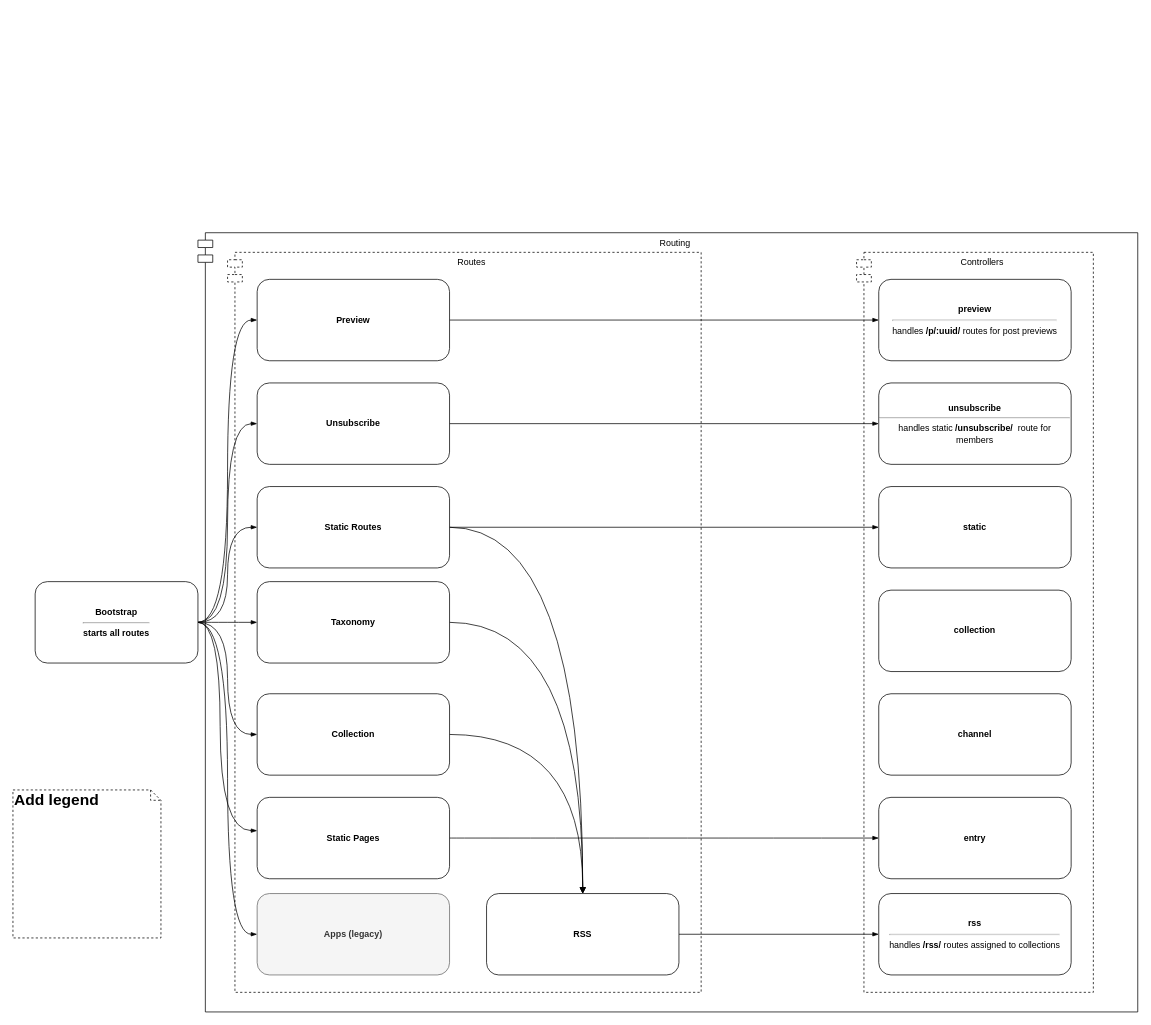
TryGhost/architecture-diagrams keeps this draw.io diagram as page "Frontend.Routing" (4 of 7) of ghost.drawio. Above is the earlier version. Source tidied: cells renumbered, new cells numbered last; positions are measured from the earlier drawing's top-left corner, leaving out a move shared by most shapes. Both pictures are drawn from the tidied source at 74%, with x=0, y=0 at pixel (13, 232).
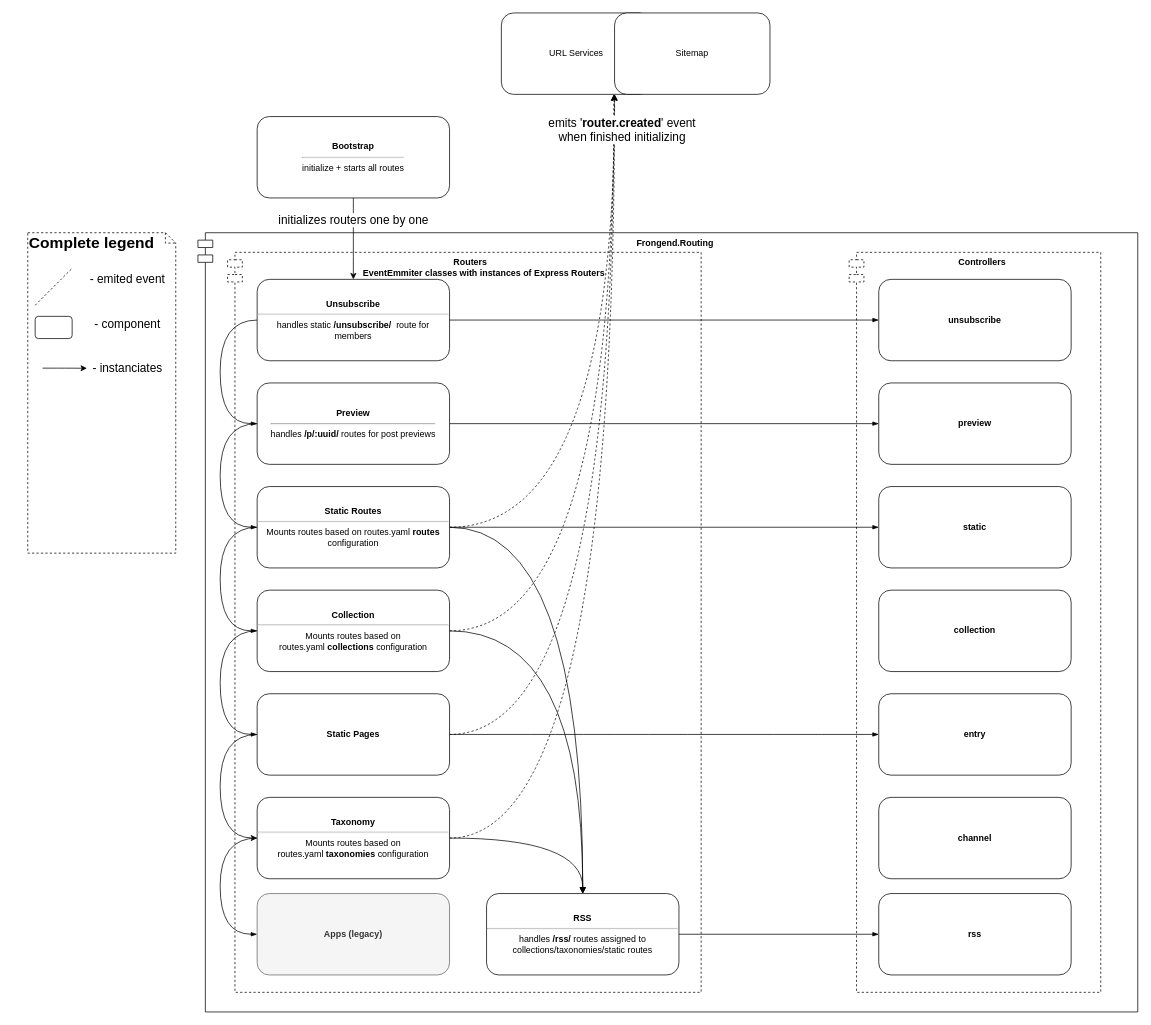
After the change.

The change refers to these unchanged cells:
```xml
<mxCell id="36" value="Apps (legacy)" style="rounded=1;whiteSpace=wrap;html=1;fontStyle=1;fillColor=#f5f5f5;strokeColor=#666666;fontColor=#333333;" parent="1" vertex="1">
  <mxGeometry x="330" y="893" width="260" height="110" as="geometry" />
</mxCell>
```

What changed in the source:
```diff
@@
-    <mxCell id="2" value="Routing" style="shape=module;align=left;spacingLeft=20;align=center;verticalAlign=top;" parent="1" vertex="1">
+    <mxCell id="2" value="Frongend.Routing" style="shape=module;align=left;spacingLeft=20;align=center;verticalAlign=top;fontStyle=1;" parent="1" vertex="1">
       <mxGeometry x="250" width="1270" height="1053" as="geometry" />
     </mxCell>
-    <mxCell id="3" value="Controllers" style="shape=module;align=left;spacingLeft=20;align=center;verticalAlign=top;dashed=1;" parent="1" vertex="1">
-      <mxGeometry x="1140" y="26.5" width="320" height="1000" as="geometry" />
+    <mxCell id="3" value="Controllers" style="shape=module;align=left;spacingLeft=20;align=center;verticalAlign=top;dashed=1;fontStyle=1;" parent="1" vertex="1">
+      <mxGeometry x="1130" y="26.5" width="340" height="1000" as="geometry" />
     </mxCell>
     <mxCell id="4" value="channel" style="rounded=1;whiteSpace=wrap;html=1;fontStyle=1;" parent="1" vertex="1">
-      <mxGeometry x="1170" y="623" width="260" height="110" as="geometry" />
+      <mxGeometry x="1170" y="763" width="260" height="110" as="geometry" />
     </mxCell>
@@
     <mxCell id="6" value="entry" style="rounded=1;whiteSpace=wrap;html=1;fontStyle=1;" parent="1" vertex="1">
-      <mxGeometry x="1170" y="763" width="260" height="110" as="geometry" />
+      <mxGeometry x="1170" y="623" width="260" height="110" as="geometry" />
     </mxCell>
-    <mxCell id="7" value="preview&lt;br&gt;&lt;hr&gt;&lt;span style=&quot;font-weight: normal&quot;&gt;handles &lt;/span&gt;/p/:uuid/&lt;span style=&quot;font-weight: normal&quot;&gt; routes for post previews&lt;/span&gt;" style="rounded=1;whiteSpace=wrap;html=1;fontStyle=1;" parent="1" vertex="1">
-      <mxGeometry x="1170" y="63" width="260" height="110" as="geometry" />
+    <mxCell id="7" value="preview" style="rounded=1;whiteSpace=wrap;html=1;fontStyle=1;" parent="1" vertex="1">
+      <mxGeometry x="1170" y="203" width="260" height="110" as="geometry" />
     </mxCell>
@@
-    <mxCell id="9" value="rss&lt;br&gt;&lt;hr&gt;&lt;span style=&quot;font-weight: normal&quot;&gt;handles &lt;/span&gt;/rss/&lt;span style=&quot;font-weight: normal&quot;&gt; routes assigned to collections&lt;br&gt;&lt;/span&gt;" style="rounded=1;whiteSpace=wrap;html=1;fontStyle=1;" parent="1" vertex="1">
+    <mxCell id="9" value="rss&lt;span style=&quot;font-weight: normal&quot;&gt;&lt;br&gt;&lt;/span&gt;" style="rounded=1;whiteSpace=wrap;html=1;fontStyle=1;" parent="1" vertex="1">
       <mxGeometry x="1170" y="893" width="260" height="110" as="geometry" />
     </mxCell>
-    <mxCell id="10" value="unsubscribe&lt;br&gt;&lt;hr&gt;&lt;span style=&quot;font-weight: normal&quot;&gt;handles static&amp;nbsp;&lt;/span&gt;/unsubscribe/&lt;span style=&quot;font-weight: normal&quot;&gt;&amp;nbsp; route for members&lt;/span&gt;" style="rounded=1;whiteSpace=wrap;html=1;fontStyle=1;" parent="1" vertex="1">
-      <mxGeometry x="1170" y="203" width="260" height="110" as="geometry" />
+    <mxCell id="10" value="unsubscribe" style="rounded=1;whiteSpace=wrap;html=1;fontStyle=1;" parent="1" vertex="1">
+      <mxGeometry x="1170" y="63" width="260" height="110" as="geometry" />
     </mxCell>
-    <mxCell id="11" value="Routes" style="shape=module;align=left;spacingLeft=20;align=center;verticalAlign=top;dashed=1;" parent="1" vertex="1">
+    <mxCell id="11" value="Routers &#10;          EventEmmiter classes with instances of Express Routers" style="shape=module;align=right;spacingLeft=20;align=center;verticalAlign=top;dashed=1;fontStyle=1;" parent="1" vertex="1">
       <mxGeometry x="290" y="26.5" width="640" height="1000" as="geometry" />
     </mxCell>
@@
+    <mxCell id="37" style="edgeStyle=orthogonalEdgeStyle;curved=1;rounded=0;jettySize=auto;html=1;entryX=0;entryY=0.5;entryDx=0;entryDy=0;exitX=0;exitY=0.5;exitDx=0;exitDy=0;" parent="1" edge="1" source="13" target="22">
+      <mxGeometry relative="1" as="geometry">
+        <Array as="points">
+          <mxPoint x="280" y="678" />
+          <mxPoint x="280" y="818" />
+        </Array>
+      </mxGeometry>
+    </mxCell>
+    <mxCell id="38" style="edgeStyle=orthogonalEdgeStyle;curved=1;rounded=0;jettySize=auto;html=1;dashed=1;entryX=0.75;entryY=1;entryDx=0;entryDy=0;" parent="1" edge="1" source="13" target="41">
+      <mxGeometry relative="1" as="geometry" />
+    </mxCell>
     <mxCell id="13" value="Static Pages" style="rounded=1;whiteSpace=wrap;html=1;fontStyle=1;" parent="1" vertex="1">
-      <mxGeometry x="330" y="763" width="260" height="110" as="geometry" />
+      <mxGeometry x="330" y="623" width="260" height="110" as="geometry" />
     </mxCell>
@@
+    <mxCell id="39" style="edgeStyle=orthogonalEdgeStyle;curved=1;rounded=0;jettySize=auto;html=1;entryX=0;entryY=1;entryDx=0;entryDy=0;dashed=1;" parent="1" edge="1" source="16" target="42">
+      <mxGeometry relative="1" as="geometry" />
+    </mxCell>
-    <mxCell id="16" value="Static Routes" style="rounded=1;whiteSpace=wrap;html=1;fontStyle=1;" parent="1" vertex="1">
+    <mxCell id="16" value="Static Routes&lt;br&gt;&lt;hr&gt;&lt;span style=&quot;font-weight: normal&quot;&gt;Mounts routes based on routes.yaml&amp;nbsp;&lt;/span&gt;routes &lt;span style=&quot;font-weight: normal&quot;&gt;configuration&lt;/span&gt;" style="rounded=1;whiteSpace=wrap;html=1;fontStyle=1;" parent="1" vertex="1">
       <mxGeometry x="330" y="343" width="260" height="110" as="geometry" />
     </mxCell>
@@
-    <mxCell id="18" value="Preview" style="rounded=1;whiteSpace=wrap;html=1;fontStyle=1;" parent="1" vertex="1">
-      <mxGeometry x="330" y="63" width="260" height="110" as="geometry" />
+    <mxCell id="18" value="Preview&lt;br class=&quot;Apple-interchange-newline&quot;&gt;&lt;hr&gt;&lt;span style=&quot;font-weight: normal&quot;&gt;handles&amp;nbsp;&lt;/span&gt;/p/:uuid/&lt;span style=&quot;font-weight: normal&quot;&gt;&amp;nbsp;routes for post previews&lt;/span&gt;" style="rounded=1;whiteSpace=wrap;html=1;fontStyle=1;" parent="1" vertex="1">
+      <mxGeometry x="330" y="203" width="260" height="110" as="geometry" />
     </mxCell>
@@
-    <mxCell id="20" value="RSS" style="rounded=1;whiteSpace=wrap;html=1;fontStyle=1;" parent="1" vertex="1">
+    <mxCell id="20" value="RSS&lt;br class=&quot;Apple-interchange-newline&quot;&gt;&lt;hr&gt;&lt;span style=&quot;font-weight: normal&quot;&gt;handles&amp;nbsp;&lt;/span&gt;/rss/&lt;span style=&quot;font-weight: normal&quot;&gt;&amp;nbsp;routes assigned to collections/taxonomies/static routes&lt;br&gt;&lt;/span&gt;" style="rounded=1;whiteSpace=wrap;html=1;fontStyle=1;" parent="1" vertex="1">
       <mxGeometry x="640" y="893" width="260" height="110" as="geometry" />
     </mxCell>
@@
+    <mxCell id="40" style="edgeStyle=orthogonalEdgeStyle;curved=1;rounded=0;jettySize=auto;html=1;dashed=1;entryX=0;entryY=1;entryDx=0;entryDy=0;" parent="1" edge="1" source="22" target="42">
+      <mxGeometry relative="1" as="geometry" />
+    </mxCell>
-    <mxCell id="22" value="Taxonomy" style="rounded=1;whiteSpace=wrap;html=1;fontStyle=1;" parent="1" vertex="1">
-      <mxGeometry x="330" y="471.5" width="260" height="110" as="geometry" />
+    <mxCell id="22" value="Taxonomy&lt;br class=&quot;Apple-interchange-newline&quot;&gt;&lt;hr&gt;&lt;span style=&quot;font-weight: normal&quot;&gt;Mounts routes based on routes.yaml&amp;nbsp;&lt;/span&gt;taxonomies&amp;nbsp;&lt;span style=&quot;font-weight: normal&quot;&gt;configuration&lt;/span&gt;" style="rounded=1;whiteSpace=wrap;html=1;fontStyle=1;" parent="1" vertex="1">
+      <mxGeometry x="330" y="763" width="260" height="110" as="geometry" />
     </mxCell>
@@
-    <mxCell id="25" value="Collection" style="rounded=1;whiteSpace=wrap;html=1;fontStyle=1;" parent="1" vertex="1">
-      <mxGeometry x="330" y="623" width="260" height="110" as="geometry" />
+    <mxCell id="25" value="Collection&lt;br class=&quot;Apple-interchange-newline&quot;&gt;&lt;hr&gt;&lt;span style=&quot;font-weight: normal&quot;&gt;Mounts routes based on routes.yaml&amp;nbsp;&lt;/span&gt;collections&amp;nbsp;&lt;span style=&quot;font-weight: normal&quot;&gt;configuration&lt;/span&gt;" style="rounded=1;whiteSpace=wrap;html=1;fontStyle=1;" parent="1" vertex="1">
+      <mxGeometry x="330" y="483" width="260" height="110" as="geometry" />
     </mxCell>
-    <mxCell id="26" value="&lt;b&gt;&lt;font style=&quot;font-size: 21px&quot;&gt;Add legend&lt;/font&gt;&lt;/b&gt;" style="shape=note;whiteSpace=wrap;html=1;size=14;verticalAlign=top;align=left;spacingTop=-6;dashed=1;" parent="1" vertex="1">
-      <mxGeometry y="753" width="200" height="200" as="geometry" />
+    <mxCell id="26" value="&lt;b&gt;&lt;font style=&quot;font-size: 21px&quot;&gt;Complete legend&lt;/font&gt;&lt;/b&gt;" style="shape=note;whiteSpace=wrap;html=1;size=14;verticalAlign=top;align=left;spacingTop=-6;dashed=1;" parent="1" vertex="1">
+      <mxGeometry x="20" width="200" height="433" as="geometry" />
     </mxCell>
-    <mxCell id="27" style="edgeStyle=orthogonalEdgeStyle;curved=1;rounded=0;jettySize=auto;html=1;entryX=0;entryY=0.5;entryDx=0;entryDy=0;endArrow=blockThin;endFill=1;strokeColor=#000000;" parent="1" edge="1" source="34" target="16">
-      <mxGeometry relative="1" as="geometry" />
+    <mxCell id="27" style="edgeStyle=orthogonalEdgeStyle;curved=1;rounded=0;jettySize=auto;html=1;entryX=0;entryY=0.5;entryDx=0;entryDy=0;endArrow=blockThin;endFill=1;strokeColor=#000000;exitX=0;exitY=0.5;exitDx=0;exitDy=0;" parent="1" edge="1" source="18" target="16">
+      <mxGeometry relative="1" as="geometry">
+        <Array as="points">
+          <mxPoint x="280" y="258" />
+          <mxPoint x="280" y="398" />
+        </Array>
+      </mxGeometry>
     </mxCell>
-    <mxCell id="28" style="edgeStyle=orthogonalEdgeStyle;curved=1;rounded=0;jettySize=auto;html=1;entryX=0;entryY=0.5;entryDx=0;entryDy=0;endArrow=blockThin;endFill=1;strokeColor=#000000;" parent="1" edge="1" source="34" target="22">
-      <mxGeometry relative="1" as="geometry" />
+    <mxCell id="28" style="edgeStyle=orthogonalEdgeStyle;curved=1;rounded=0;jettySize=auto;html=1;entryX=0;entryY=0.5;entryDx=0;entryDy=0;endArrow=blockThin;endFill=1;strokeColor=#000000;exitX=0;exitY=0.5;exitDx=0;exitDy=0;" parent="1" edge="1" source="25" target="13">
+      <mxGeometry relative="1" as="geometry">
+        <Array as="points">
+          <mxPoint x="280" y="538" />
+          <mxPoint x="280" y="678" />
+        </Array>
+      </mxGeometry>
     </mxCell>
-    <mxCell id="29" style="edgeStyle=orthogonalEdgeStyle;curved=1;rounded=0;jettySize=auto;html=1;entryX=0;entryY=0.5;entryDx=0;entryDy=0;endArrow=blockThin;endFill=1;strokeColor=#000000;" parent="1" edge="1" source="34" target="25">
-      <mxGeometry relative="1" as="geometry" />
+    <mxCell id="29" style="edgeStyle=orthogonalEdgeStyle;curved=1;rounded=0;jettySize=auto;html=1;entryX=0;entryY=0.5;entryDx=0;entryDy=0;endArrow=blockThin;endFill=1;strokeColor=#000000;exitX=0;exitY=0.5;exitDx=0;exitDy=0;" parent="1" edge="1" source="16" target="25">
+      <mxGeometry relative="1" as="geometry">
+        <Array as="points">
+          <mxPoint x="280" y="398" />
+          <mxPoint x="280" y="538" />
+        </Array>
+      </mxGeometry>
     </mxCell>
-    <mxCell id="30" style="edgeStyle=orthogonalEdgeStyle;curved=1;rounded=0;jettySize=auto;html=1;endArrow=blockThin;endFill=1;strokeColor=#000000;" parent="1" edge="1" source="34" target="13">
-      <mxGeometry relative="1" as="geometry">
-        <Array as="points">
-          <mxPoint x="280" y="526" />
-          <mxPoint x="280" y="808" />
-        </Array>
-      </mxGeometry>
-    </mxCell>
-    <mxCell id="31" style="edgeStyle=orthogonalEdgeStyle;curved=1;rounded=0;jettySize=auto;html=1;entryX=0;entryY=0.5;entryDx=0;entryDy=0;endArrow=blockThin;endFill=1;strokeColor=#000000;" parent="1" edge="1" source="34" target="18">
-      <mxGeometry relative="1" as="geometry" />
+    <mxCell id="31" style="edgeStyle=orthogonalEdgeStyle;curved=1;rounded=0;jettySize=auto;html=1;entryX=0;entryY=0.5;entryDx=0;entryDy=0;endArrow=blockThin;endFill=1;strokeColor=#000000;exitX=0;exitY=0.5;exitDx=0;exitDy=0;" parent="1" edge="1" source="35" target="18">
+      <mxGeometry relative="1" as="geometry">
+        <Array as="points">
+          <mxPoint x="280" y="118" />
+          <mxPoint x="280" y="258" />
+        </Array>
+      </mxGeometry>
     </mxCell>
+    <mxCell id="33" style="edgeStyle=orthogonalEdgeStyle;curved=1;rounded=0;jettySize=auto;html=1;entryX=0;entryY=0.5;entryDx=0;entryDy=0;endArrow=blockThin;endFill=1;strokeColor=#000000;exitX=0;exitY=0.5;exitDx=0;exitDy=0;" parent="1" edge="1" source="22" target="36">
+      <mxGeometry relative="1" as="geometry">
+        <Array as="points">
+          <mxPoint x="280" y="818" />
+          <mxPoint x="280" y="948" />
+        </Array>
+      </mxGeometry>
+    </mxCell>
-    <mxCell id="32" style="edgeStyle=orthogonalEdgeStyle;curved=1;rounded=0;jettySize=auto;html=1;entryX=0;entryY=0.5;entryDx=0;entryDy=0;endArrow=blockThin;endFill=1;strokeColor=#000000;" parent="1" edge="1" source="34" target="35">
-      <mxGeometry relative="1" as="geometry" />
+    <mxCell id="32" value="&lt;font style=&quot;font-size: 16px&quot;&gt;initializes routers one by one&lt;/font&gt;" style="edgeStyle=orthogonalEdgeStyle;curved=1;rounded=0;jettySize=auto;html=1;" parent="1" edge="1" source="34" target="35">
+      <mxGeometry x="-0.45" relative="1" as="geometry" />
     </mxCell>
-    <mxCell id="33" style="edgeStyle=orthogonalEdgeStyle;curved=1;rounded=0;jettySize=auto;html=1;entryX=0;entryY=0.5;entryDx=0;entryDy=0;endArrow=blockThin;endFill=1;strokeColor=#000000;" parent="1" edge="1" source="34" target="36">
-      <mxGeometry relative="1" as="geometry" />
-    </mxCell>
-    <mxCell id="34" value="Bootstrap&lt;br&gt;&lt;hr&gt;starts all routes" style="rounded=1;whiteSpace=wrap;html=1;fontStyle=1;" parent="1" vertex="1">
-      <mxGeometry x="30" y="471.5" width="220" height="110" as="geometry" />
+    <mxCell id="34" value="Bootstrap&lt;br&gt;&lt;hr&gt;&lt;span style=&quot;font-weight: normal&quot;&gt;initialize + starts all routes&lt;/span&gt;" style="rounded=1;whiteSpace=wrap;html=1;fontStyle=1;" parent="1" vertex="1">
+      <mxGeometry x="330" y="-157" width="260" height="110" as="geometry" />
     </mxCell>
-    <mxCell id="35" value="Unsubscribe" style="rounded=1;whiteSpace=wrap;html=1;fontStyle=1;" parent="1" vertex="1">
-      <mxGeometry x="330" y="203" width="260" height="110" as="geometry" />
+    <mxCell id="35" value="Unsubscribe&lt;br class=&quot;Apple-interchange-newline&quot;&gt;&lt;hr&gt;&lt;span style=&quot;font-weight: normal&quot;&gt;handles static&amp;nbsp;&lt;/span&gt;/unsubscribe/&lt;span style=&quot;font-weight: normal&quot;&gt;&amp;nbsp; route for members&lt;/span&gt;" style="rounded=1;whiteSpace=wrap;html=1;fontStyle=1;" parent="1" vertex="1">
+      <mxGeometry x="330" y="63" width="260" height="110" as="geometry" />
     </mxCell>
@@
+    <mxCell id="41" value="URL Services" style="rounded=1;whiteSpace=wrap;html=1;" parent="1" vertex="1">
+      <mxGeometry x="660" y="-297" width="203" height="110" as="geometry" />
+    </mxCell>
+    <mxCell id="42" value="Sitemap" style="rounded=1;whiteSpace=wrap;html=1;" parent="1" vertex="1">
+      <mxGeometry x="813" y="-297" width="210" height="110" as="geometry" />
+    </mxCell>
+    <mxCell id="43" value="&lt;font style=&quot;font-size: 16px&quot;&gt;emits '&lt;b&gt;router.created&lt;/b&gt;' event&lt;br&gt;when finished initializing&lt;br&gt;&lt;/font&gt;" style="edgeStyle=orthogonalEdgeStyle;curved=1;rounded=0;jettySize=auto;html=1;entryX=0.75;entryY=1;entryDx=0;entryDy=0;dashed=1;exitX=1;exitY=0.5;exitDx=0;exitDy=0;" parent="1" edge="1" source="25" target="41">
+      <mxGeometry x="0.9" y="-11" relative="1" as="geometry">
+        <mxPoint y="1" as="offset" />
+      </mxGeometry>
+    </mxCell>
+    <mxCell id="44" style="endArrow=none;dashed=1;html=1;" parent="1" edge="1">
+      <mxGeometry relative="1" as="geometry">
+        <mxPoint x="30" y="98" as="sourcePoint" />
+        <mxPoint x="80" y="48" as="targetPoint" />
+      </mxGeometry>
+    </mxCell>
+    <mxCell id="45" value="&lt;font style=&quot;font-size: 16px&quot;&gt;- component&lt;br&gt;&lt;/font&gt;" style="text;html=1;strokeColor=none;fillColor=none;align=center;verticalAlign=middle;whiteSpace=wrap;rounded=0;" parent="1" vertex="1">
+      <mxGeometry x="90" y="113" width="130" height="20" as="geometry" />
+    </mxCell>
+    <mxCell id="46" style="rounded=1;whiteSpace=wrap;html=1;" parent="1" vertex="1">
+      <mxGeometry x="30" y="113" width="50" height="30" as="geometry" />
+    </mxCell>
+    <mxCell id="47" value="&lt;font style=&quot;font-size: 16px&quot;&gt;- emited event&lt;/font&gt;" style="text;html=1;strokeColor=none;fillColor=none;align=center;verticalAlign=middle;whiteSpace=wrap;rounded=0;" parent="1" vertex="1">
+      <mxGeometry x="90" y="53" width="130" height="20" as="geometry" />
+    </mxCell>
+    <mxCell id="48" style="endArrow=classic;html=1;entryX=0.4;entryY=0.423;entryDx=0;entryDy=0;entryPerimeter=0;" parent="1" edge="1" target="26">
+      <mxGeometry relative="1" as="geometry">
+        <mxPoint x="40" y="183" as="sourcePoint" />
+        <Array as="points">
+          <mxPoint x="70" y="183" />
+        </Array>
+      </mxGeometry>
+    </mxCell>
+    <mxCell id="49" value="&lt;font style=&quot;font-size: 16px&quot;&gt;- instanciates&lt;br&gt;&lt;/font&gt;" style="text;html=1;strokeColor=none;fillColor=none;align=center;verticalAlign=middle;whiteSpace=wrap;rounded=0;" parent="1" vertex="1">
+      <mxGeometry x="90" y="173" width="130" height="20" as="geometry" />
+    </mxCell>
```
